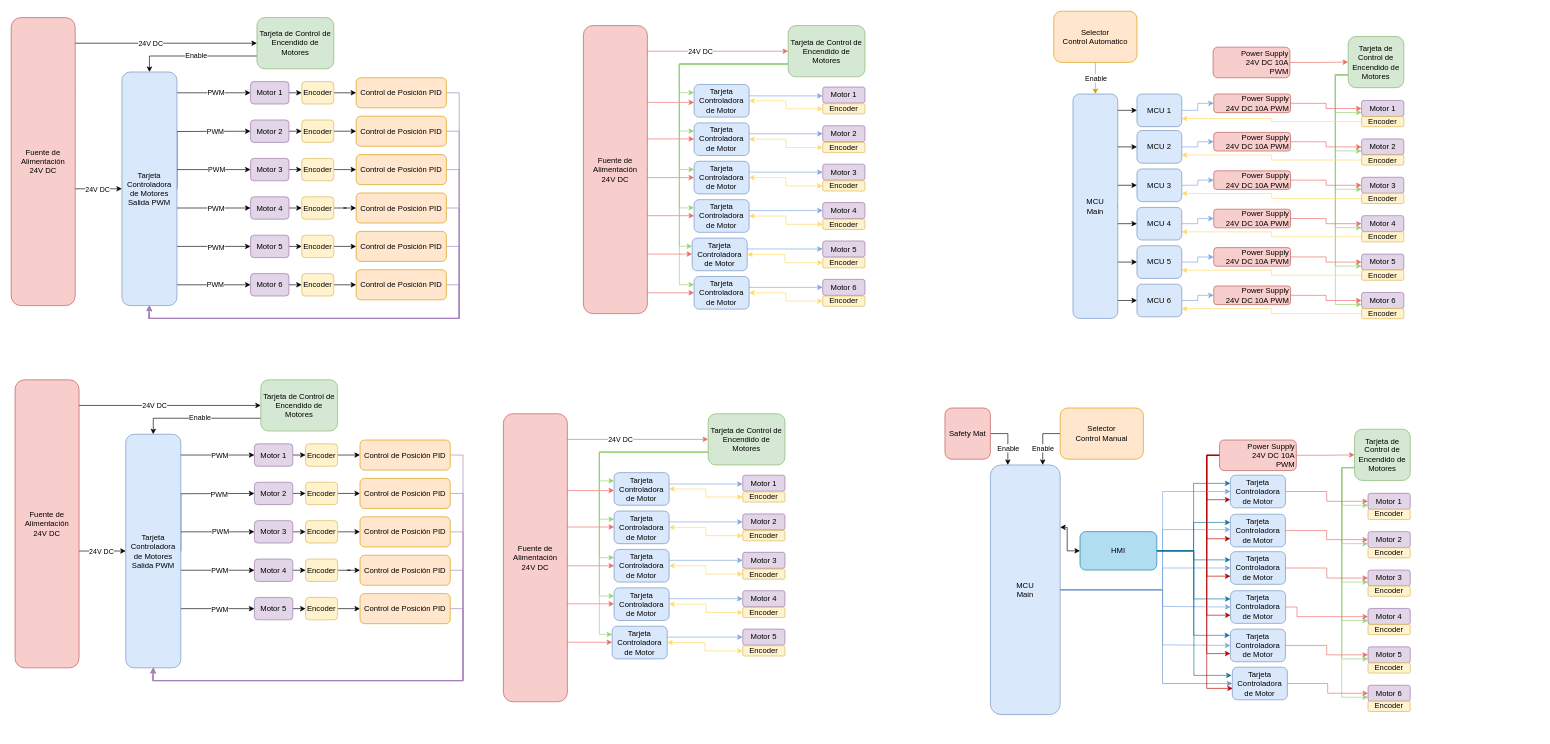
Earlier version of the draw.io diagram MIR/Untitled Diagram.drawio (fgomez1211/Personal). Source tidied: cells renumbered, new cells numbered last; positions are measured from the earlier drawing's top-left corner, leaving out a move shared by most shapes. Both pictures are drawn from the tidied source at 64%, with x=0, y=0 at pixel (11, 11).
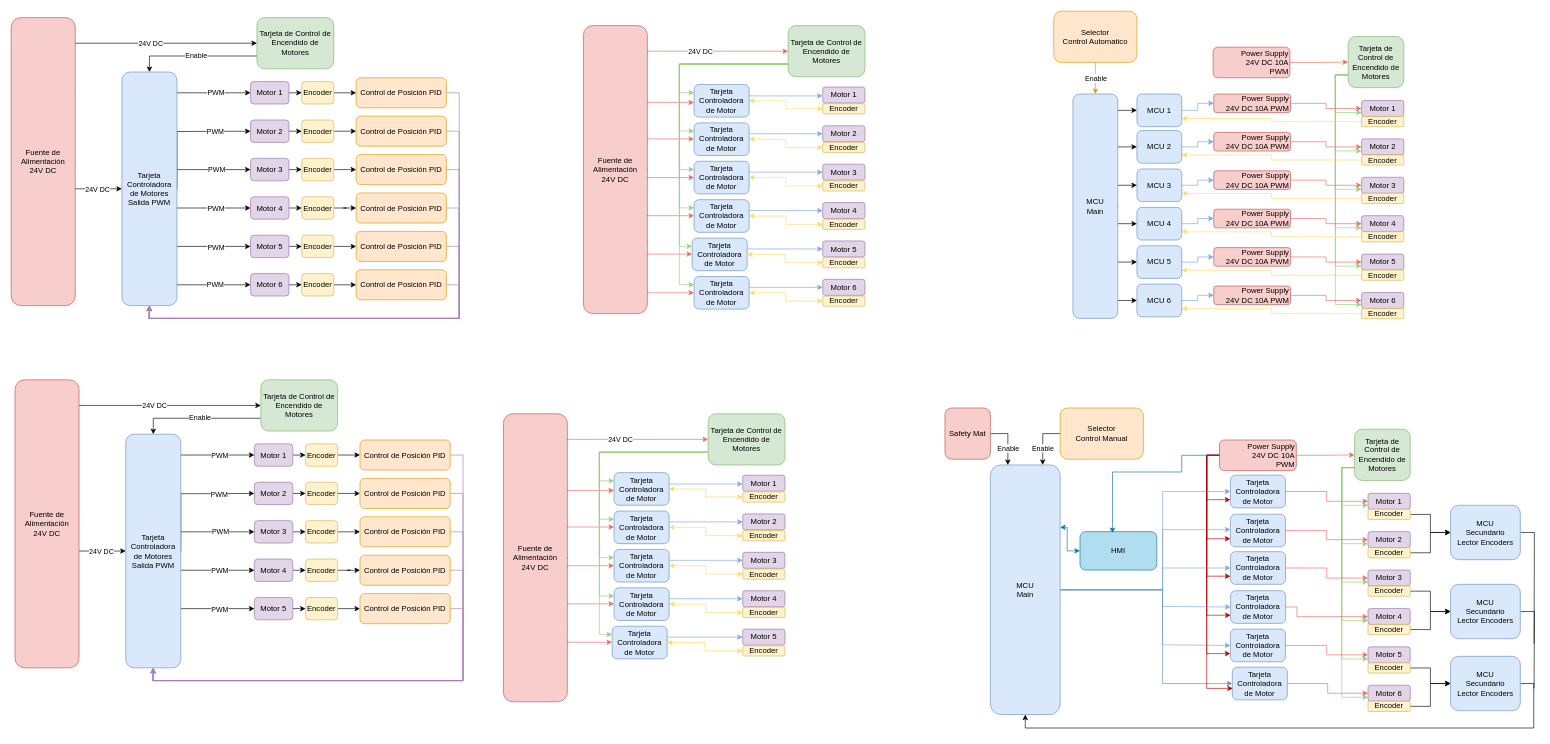
The same page after the edit.

The change refers to these unchanged cells:
```xml
<mxCell id="260" value="Power Supply&lt;br style=&quot;border-color: var(--border-color);&quot;&gt;&lt;span style=&quot;&quot;&gt;24V DC 10A&lt;/span&gt;&lt;br style=&quot;border-color: var(--border-color);&quot;&gt;&lt;span style=&quot;&quot;&gt;PWM&lt;/span&gt;" style="rounded=1;whiteSpace=wrap;html=1;fillColor=#f8cecc;strokeColor=#b85450;align=right;" parent="1" vertex="1">
  <mxGeometry x="1888" y="670" width="120" height="47.8" as="geometry" />
</mxCell>
<mxCell id="269" value="Encoder" style="rounded=1;whiteSpace=wrap;html=1;fillColor=#fff2cc;strokeColor=#d6b656;" parent="1" vertex="1">
  <mxGeometry x="2120" y="778.3" width="66" height="16" as="geometry" />
</mxCell>
<mxCell id="271" value="Encoder" style="rounded=1;whiteSpace=wrap;html=1;fillColor=#fff2cc;strokeColor=#d6b656;" parent="1" vertex="1">
  <mxGeometry x="2120" y="838.2" width="66" height="16" as="geometry" />
</mxCell>
<mxCell id="273" value="Encoder" style="rounded=1;whiteSpace=wrap;html=1;fillColor=#fff2cc;strokeColor=#d6b656;" parent="1" vertex="1">
  <mxGeometry x="2120" y="898.2" width="66" height="16" as="geometry" />
</mxCell>
<mxCell id="275" value="Encoder" style="rounded=1;whiteSpace=wrap;html=1;fillColor=#fff2cc;strokeColor=#d6b656;" parent="1" vertex="1">
  <mxGeometry x="2120" y="958.2" width="66" height="16" as="geometry" />
</mxCell>
<mxCell id="277" value="Encoder" style="rounded=1;whiteSpace=wrap;html=1;fillColor=#fff2cc;strokeColor=#d6b656;" parent="1" vertex="1">
  <mxGeometry x="2120" y="1018.2" width="66" height="16" as="geometry" />
</mxCell>
<mxCell id="279" value="Encoder" style="rounded=1;whiteSpace=wrap;html=1;fillColor=#fff2cc;strokeColor=#d6b656;" parent="1" vertex="1">
  <mxGeometry x="2120" y="1078.2" width="66" height="16" as="geometry" />
</mxCell>
<mxCell id="295" value="MCU&lt;br&gt;Main" style="rounded=1;whiteSpace=wrap;html=1;fillColor=#dae8fc;strokeColor=#6c8ebf;" parent="1" vertex="1">
  <mxGeometry x="1530" y="709" width="109" height="390" as="geometry" />
</mxCell>
<mxCell id="305" value="HMI" style="rounded=1;whiteSpace=wrap;html=1;fillColor=#b1ddf0;strokeColor=#10739e;" parent="1" vertex="1">
  <mxGeometry x="1670" y="813.2" width="120" height="60" as="geometry" />
</mxCell>
<mxCell id="306" value="Tarjeta Controladora de Motor" style="rounded=1;whiteSpace=wrap;html=1;fillColor=#dae8fc;strokeColor=#6c8ebf;" parent="1" vertex="1">
  <mxGeometry x="1905" y="725" width="86" height="51" as="geometry" />
</mxCell>
<mxCell id="307" value="Tarjeta Controladora de Motor" style="rounded=1;whiteSpace=wrap;html=1;fillColor=#dae8fc;strokeColor=#6c8ebf;" parent="1" vertex="1">
  <mxGeometry x="1905" y="786" width="86" height="51" as="geometry" />
</mxCell>
<mxCell id="308" value="Tarjeta Controladora de Motor" style="rounded=1;whiteSpace=wrap;html=1;fillColor=#dae8fc;strokeColor=#6c8ebf;" parent="1" vertex="1">
  <mxGeometry x="1905.1" y="844.5" width="86" height="51" as="geometry" />
</mxCell>
<mxCell id="309" value="Tarjeta Controladora de Motor" style="rounded=1;whiteSpace=wrap;html=1;fillColor=#dae8fc;strokeColor=#6c8ebf;" parent="1" vertex="1">
  <mxGeometry x="1905.3" y="905.5" width="86" height="51" as="geometry" />
</mxCell>
<mxCell id="310" value="Tarjeta Controladora de Motor" style="rounded=1;whiteSpace=wrap;html=1;fillColor=#dae8fc;strokeColor=#6c8ebf;" parent="1" vertex="1">
  <mxGeometry x="1905" y="965.5" width="86" height="51" as="geometry" />
</mxCell>
```

Diff of the diagram source:
```diff
@@
+    <mxCell id="314" style="edgeStyle=orthogonalEdgeStyle;rounded=0;jettySize=auto;html=1;exitX=1;exitY=0.5;exitDx=0;exitDy=0;entryX=0;entryY=0.5;entryDx=0;entryDy=0;" parent="1" edge="1" source="269" target="322">
+      <mxGeometry relative="1" as="geometry" />
+    </mxCell>
@@
+    <mxCell id="315" style="edgeStyle=orthogonalEdgeStyle;rounded=0;jettySize=auto;html=1;exitX=1;exitY=0.5;exitDx=0;exitDy=0;entryX=0;entryY=0.5;entryDx=0;entryDy=0;" parent="1" edge="1" source="271" target="322">
+      <mxGeometry relative="1" as="geometry" />
+    </mxCell>
@@
+    <mxCell id="316" style="edgeStyle=orthogonalEdgeStyle;rounded=0;jettySize=auto;html=1;exitX=1;exitY=0.5;exitDx=0;exitDy=0;entryX=0;entryY=0.5;entryDx=0;entryDy=0;" parent="1" edge="1" source="273" target="324">
+      <mxGeometry relative="1" as="geometry" />
+    </mxCell>
@@
+    <mxCell id="317" style="edgeStyle=orthogonalEdgeStyle;rounded=0;jettySize=auto;html=1;exitX=1;exitY=0.5;exitDx=0;exitDy=0;entryX=0;entryY=0.5;entryDx=0;entryDy=0;" parent="1" edge="1" source="275" target="324">
+      <mxGeometry relative="1" as="geometry" />
+    </mxCell>
@@
+    <mxCell id="318" style="edgeStyle=orthogonalEdgeStyle;rounded=0;jettySize=auto;html=1;exitX=1;exitY=0.5;exitDx=0;exitDy=0;entryX=0;entryY=0.5;entryDx=0;entryDy=0;" parent="1" edge="1" source="277" target="326">
+      <mxGeometry relative="1" as="geometry" />
+    </mxCell>
@@
+    <mxCell id="319" style="edgeStyle=orthogonalEdgeStyle;rounded=0;jettySize=auto;html=1;exitX=1;exitY=0.5;exitDx=0;exitDy=0;entryX=0;entryY=0.5;entryDx=0;entryDy=0;" parent="1" edge="1" source="279" target="326">
+      <mxGeometry relative="1" as="geometry" />
+    </mxCell>
@@
-    <mxCell id="299" style="edgeStyle=orthogonalEdgeStyle;rounded=0;jettySize=auto;html=1;exitX=0;exitY=0.5;exitDx=0;exitDy=0;entryX=1;entryY=0.25;entryDx=0;entryDy=0;startArrow=classic;startFill=1;" parent="1" edge="1" source="305" target="295">
+    <mxCell id="299" style="edgeStyle=orthogonalEdgeStyle;rounded=0;jettySize=auto;html=1;exitX=0;exitY=0.5;exitDx=0;exitDy=0;entryX=1;entryY=0.25;entryDx=0;entryDy=0;startArrow=classic;startFill=1;fillColor=#b1ddf0;strokeColor=#10739e;" parent="1" edge="1" source="305" target="295">
       <mxGeometry relative="1" as="geometry" />
     </mxCell>
-    <mxCell id="300" style="edgeStyle=orthogonalEdgeStyle;rounded=0;jettySize=auto;html=1;exitX=1;exitY=0.5;exitDx=0;exitDy=0;entryX=0;entryY=0.25;entryDx=0;entryDy=0;fillColor=#b1ddf0;strokeColor=#10739e;" parent="1" edge="1" source="305" target="306">
-      <mxGeometry relative="1" as="geometry" />
-    </mxCell>
-    <mxCell id="301" style="edgeStyle=orthogonalEdgeStyle;rounded=0;jettySize=auto;html=1;exitX=1;exitY=0.5;exitDx=0;exitDy=0;entryX=0;entryY=0.25;entryDx=0;entryDy=0;fillColor=#b1ddf0;strokeColor=#10739e;" parent="1" edge="1" source="305" target="307">
-      <mxGeometry relative="1" as="geometry" />
-    </mxCell>
-    <mxCell id="302" style="edgeStyle=orthogonalEdgeStyle;rounded=0;jettySize=auto;html=1;exitX=1;exitY=0.5;exitDx=0;exitDy=0;entryX=0;entryY=0.25;entryDx=0;entryDy=0;fillColor=#b1ddf0;strokeColor=#10739e;" parent="1" edge="1" source="305" target="308">
-      <mxGeometry relative="1" as="geometry" />
-    </mxCell>
-    <mxCell id="303" style="edgeStyle=orthogonalEdgeStyle;rounded=0;jettySize=auto;html=1;exitX=1;exitY=0.5;exitDx=0;exitDy=0;entryX=0;entryY=0.25;entryDx=0;entryDy=0;fillColor=#b1ddf0;strokeColor=#10739e;" parent="1" edge="1" source="305" target="309">
-      <mxGeometry relative="1" as="geometry" />
-    </mxCell>
-    <mxCell id="304" style="edgeStyle=orthogonalEdgeStyle;rounded=0;orthogonalLoop=1;jettySize=auto;html=1;exitX=1;exitY=0.5;exitDx=0;exitDy=0;entryX=0;entryY=0.25;entryDx=0;entryDy=0;fillColor=#b1ddf0;strokeColor=#10739e;" parent="1" edge="1">
-      <mxGeometry relative="1" as="geometry">
-        <mxPoint x="1789" y="843.2" as="sourcePoint" />
-        <mxPoint x="1907" y="1037.8" as="targetPoint" />
-        <Array as="points">
-          <mxPoint x="1848" y="843" />
-          <mxPoint x="1848" y="1038" />
-        </Array>
-      </mxGeometry>
-    </mxCell>
@@
-    <mxCell id="312" style="edgeStyle=orthogonalEdgeStyle;rounded=0;jettySize=auto;html=1;exitX=1;exitY=0.5;exitDx=0;exitDy=0;entryX=-0.006;entryY=0.191;entryDx=0;entryDy=0;entryPerimeter=0;fillColor=#b1ddf0;strokeColor=#10739e;" parent="1" edge="1" source="305" target="310">
-      <mxGeometry relative="1" as="geometry" />
-    </mxCell>
@@
+    <mxCell id="320" style="edgeStyle=orthogonalEdgeStyle;rounded=0;jettySize=auto;html=1;exitX=0;exitY=0.5;exitDx=0;exitDy=0;entryX=0.423;entryY=0.037;entryDx=0;entryDy=0;entryPerimeter=0;fillColor=#b1ddf0;strokeColor=#10739e;" parent="1" edge="1" source="260" target="305">
+      <mxGeometry relative="1" as="geometry">
+        <Array as="points">
+          <mxPoint x="1829" y="694" />
+          <mxPoint x="1829" y="720" />
+          <mxPoint x="1721" y="720" />
+        </Array>
+      </mxGeometry>
+    </mxCell>
+    <mxCell id="321" style="edgeStyle=orthogonalEdgeStyle;rounded=0;jettySize=auto;html=1;exitX=1;exitY=0.5;exitDx=0;exitDy=0;endArrow=none;endFill=0;" parent="1" edge="1" source="322">
+      <mxGeometry relative="1" as="geometry">
+        <mxPoint x="2379.5" y="988" as="targetPoint" />
+      </mxGeometry>
+    </mxCell>
+    <mxCell id="322" value="MCU&lt;br&gt;Secundario&lt;br&gt;Lector Encoders" style="rounded=1;whiteSpace=wrap;html=1;fillColor=#dae8fc;strokeColor=#6c8ebf;" parent="1" vertex="1">
+      <mxGeometry x="2249" y="772" width="109" height="85" as="geometry" />
+    </mxCell>
+    <mxCell id="323" style="edgeStyle=orthogonalEdgeStyle;rounded=0;jettySize=auto;html=1;exitX=1;exitY=0.5;exitDx=0;exitDy=0;endArrow=none;endFill=0;" parent="1" edge="1" source="324">
+      <mxGeometry relative="1" as="geometry">
+        <mxPoint x="2379.5" y="1058" as="targetPoint" />
+      </mxGeometry>
+    </mxCell>
+    <mxCell id="324" value="MCU&lt;br style=&quot;border-color: var(--border-color);&quot;&gt;Secundario&lt;br style=&quot;border-color: var(--border-color);&quot;&gt;Lector Encoders" style="rounded=1;whiteSpace=wrap;html=1;fillColor=#dae8fc;strokeColor=#6c8ebf;" parent="1" vertex="1">
+      <mxGeometry x="2249" y="895.5" width="109" height="85" as="geometry" />
+    </mxCell>
+    <mxCell id="325" style="edgeStyle=orthogonalEdgeStyle;rounded=0;jettySize=auto;html=1;exitX=1;exitY=0.5;exitDx=0;exitDy=0;entryX=0.5;entryY=1;entryDx=0;entryDy=0;" parent="1" edge="1" source="326" target="295">
+      <mxGeometry relative="1" as="geometry">
+        <Array as="points">
+          <mxPoint x="2379" y="1051" />
+          <mxPoint x="2379" y="1120" />
+          <mxPoint x="1584" y="1120" />
+        </Array>
+      </mxGeometry>
+    </mxCell>
+    <mxCell id="326" value="MCU&lt;br style=&quot;border-color: var(--border-color);&quot;&gt;Secundario&lt;br style=&quot;border-color: var(--border-color);&quot;&gt;Lector Encoders" style="rounded=1;whiteSpace=wrap;html=1;fillColor=#dae8fc;strokeColor=#6c8ebf;" parent="1" vertex="1">
+      <mxGeometry x="2249" y="1008" width="109" height="85" as="geometry" />
+    </mxCell>
```
